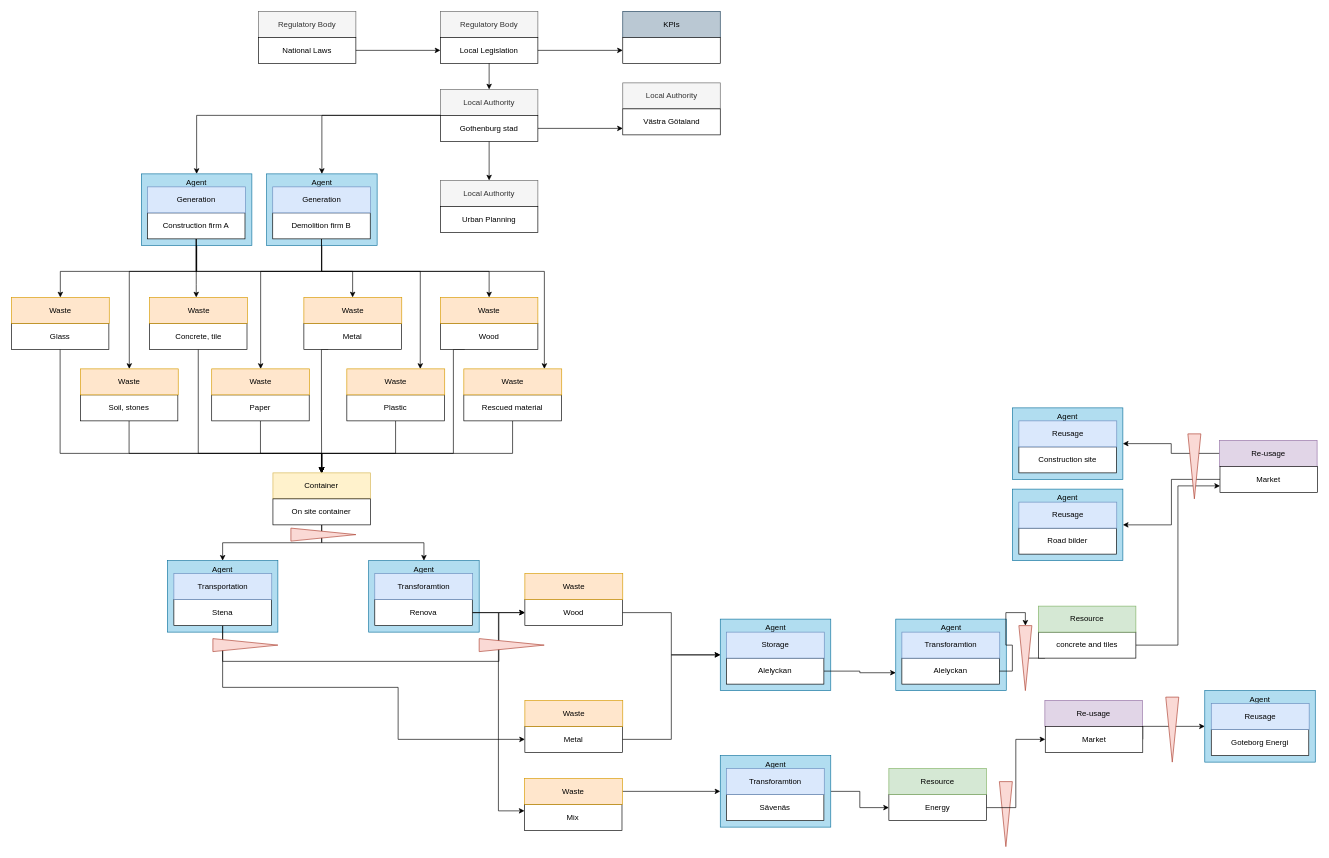
Above: CaseStudies/02_CDWM/CDWM.drawio in Urban-JonathanCohen/GeneralWasteDataModel (draw.io), before the change. Source tidied: cells renumbered, new cells numbered last; positions are measured from the earlier drawing's top-left corner, leaving out a move shared by most shapes. Both pictures are drawn from the tidied source at 65%, with x=0, y=0 at pixel (11, 11).
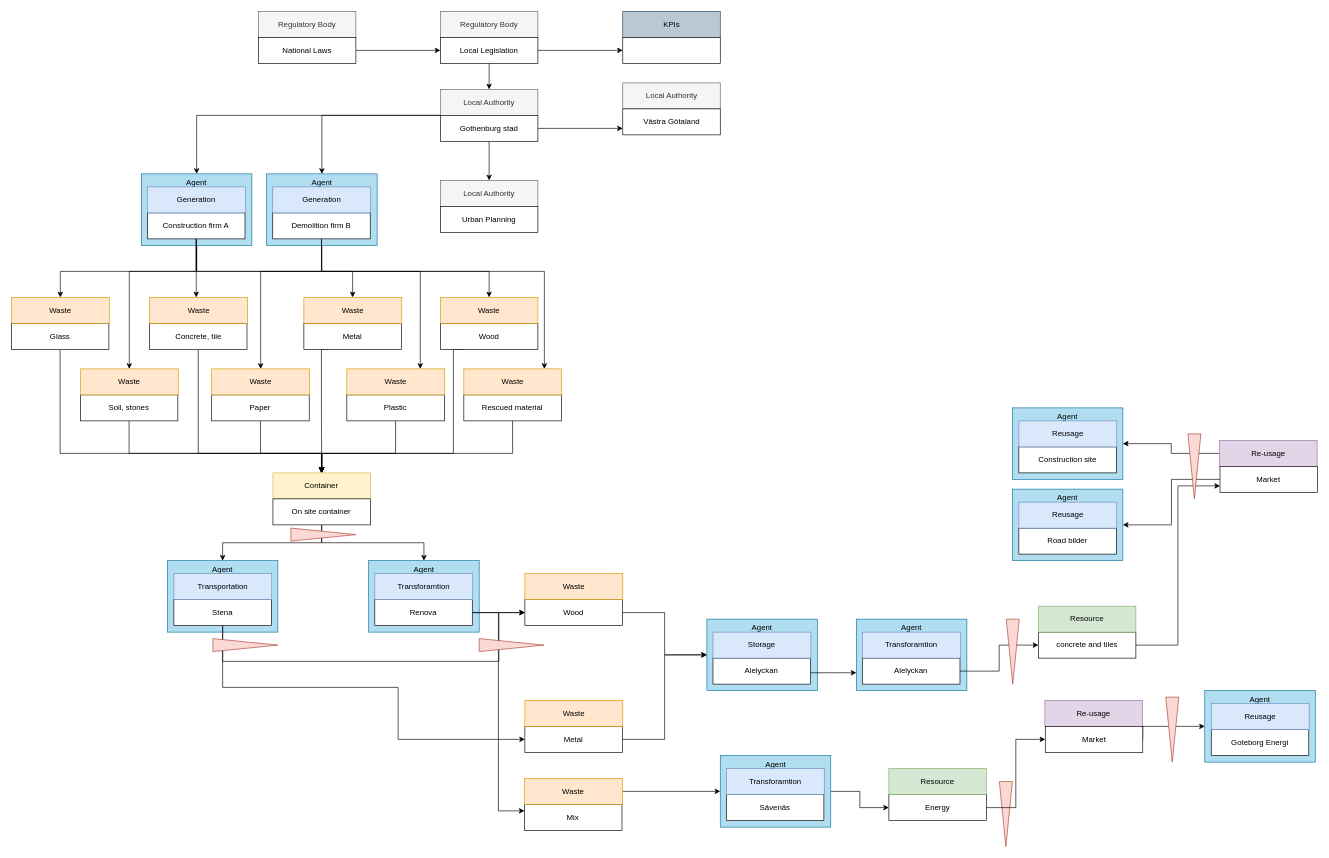
The same diagram, later.

The change refers to these unchanged cells:
```xml
<mxCell id="108" value="concrete and tiles" style="rounded=0;whiteSpace=wrap;html=1;" parent="1" vertex="1">
  <mxGeometry x="1580" y="955" width="150" height="40" as="geometry" />
</mxCell>
```

Change to the diagram source:
```diff
@@
     <mxCell id="92" value="Agent" style="rounded=0;whiteSpace=wrap;html=1;fillColor=#b1ddf0;strokeColor=#10739e;verticalAlign=top;" parent="1" vertex="1">
-      <mxGeometry x="1090.6" y="935" width="170" height="110" as="geometry" />
+      <mxGeometry x="1070" y="935" width="170" height="110" as="geometry" />
     </mxCell>
     <mxCell id="93" style="edgeStyle=orthogonalEdgeStyle;rounded=0;jettySize=auto;html=1;entryX=0;entryY=0.75;entryDx=0;entryDy=0;" parent="1" edge="1" source="94" target="96">
-      <mxGeometry relative="1" as="geometry" />
+      <mxGeometry relative="1" as="geometry">
+        <Array as="points">
+          <mxPoint x="1265" y="1018" />
+        </Array>
+      </mxGeometry>
     </mxCell>
     <mxCell id="94" value="&lt;span style=&quot;text-align: left&quot;&gt;Alelyckan&lt;/span&gt;" style="rounded=0;whiteSpace=wrap;html=1;" parent="1" vertex="1">
-      <mxGeometry x="1100" y="995" width="150" height="40" as="geometry" />
+      <mxGeometry x="1079.4" y="995" width="150" height="40" as="geometry" />
     </mxCell>
     <mxCell id="95" value="Storage" style="rounded=0;whiteSpace=wrap;html=1;fillColor=#dae8fc;strokeColor=#6c8ebf;" parent="1" vertex="1">
-      <mxGeometry x="1100" y="955" width="150.6" height="40" as="geometry" />
+      <mxGeometry x="1079.4" y="955" width="150.6" height="40" as="geometry" />
     </mxCell>
     <mxCell id="96" value="Agent" style="rounded=0;whiteSpace=wrap;html=1;fillColor=#b1ddf0;strokeColor=#10739e;verticalAlign=top;" parent="1" vertex="1">
-      <mxGeometry x="1360.6" y="935" width="170" height="110" as="geometry" />
+      <mxGeometry x="1300" y="935" width="170" height="110" as="geometry" />
     </mxCell>
-    <mxCell id="97" style="edgeStyle=orthogonalEdgeStyle;rounded=0;jettySize=auto;html=1;entryX=0;entryY=0.5;entryDx=0;entryDy=0;" parent="1" edge="1" source="124" target="108">
-      <mxGeometry relative="1" as="geometry" />
-    </mxCell>
+    <mxCell id="126" style="edgeStyle=orthogonalEdgeStyle;rounded=0;jettySize=auto;html=1;" parent="1" edge="1" source="98" target="108">
+      <mxGeometry relative="1" as="geometry" />
+    </mxCell>
     <mxCell id="98" value="&lt;span style=&quot;text-align: left&quot;&gt;Alelyckan&lt;/span&gt;" style="rounded=0;whiteSpace=wrap;html=1;" parent="1" vertex="1">
-      <mxGeometry x="1370" y="995" width="150" height="40" as="geometry" />
+      <mxGeometry x="1309.4" y="995" width="150" height="40" as="geometry" />
     </mxCell>
     <mxCell id="99" value="Transforamtion" style="rounded=0;whiteSpace=wrap;html=1;fillColor=#dae8fc;strokeColor=#6c8ebf;" parent="1" vertex="1">
-      <mxGeometry x="1370" y="955" width="150.6" height="40" as="geometry" />
+      <mxGeometry x="1309.4" y="955" width="150.6" height="40" as="geometry" />
     </mxCell>
@@
-    <mxCell id="124" style="triangle;whiteSpace=wrap;html=1;fillColor=#fad9d5;strokeColor=#ae4132;rotation=90;" parent="1" vertex="1">
-      <mxGeometry x="1510" y="985" width="100" height="20" as="geometry" />
-    </mxCell>
-    <mxCell id="125" style="edgeStyle=orthogonalEdgeStyle;rounded=0;jettySize=auto;html=1;entryX=0;entryY=0.5;entryDx=0;entryDy=0;" parent="1" edge="1" source="98" target="124">
-      <mxGeometry relative="1" as="geometry" />
-    </mxCell>
+    <mxCell id="127" style="triangle;whiteSpace=wrap;html=1;fillColor=#fad9d5;strokeColor=#ae4132;rotation=90;" parent="1" vertex="1">
+      <mxGeometry x="1490.6" y="975" width="100" height="20" as="geometry" />
+    </mxCell>
```
